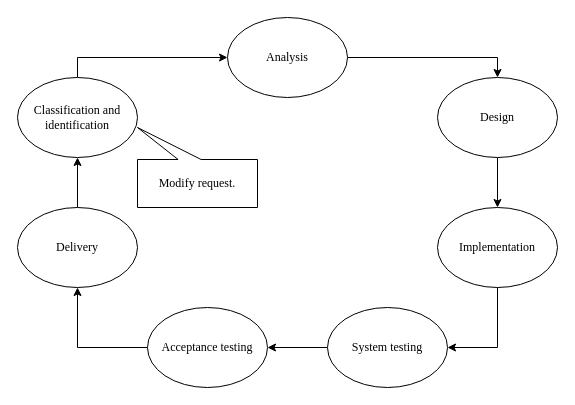
Before: img/Chapter1/IEEE_Model/IEEE_Model.drawio in CorrieScheepers/Masters, a draw.io diagram. Source tidied: cells renumbered, new cells numbered last; positions are measured from the earlier drawing's top-left corner, leaving out a move shared by most shapes. Both pictures are drawn from the tidied source at 100%, with x=0, y=0 at pixel (17, 17).
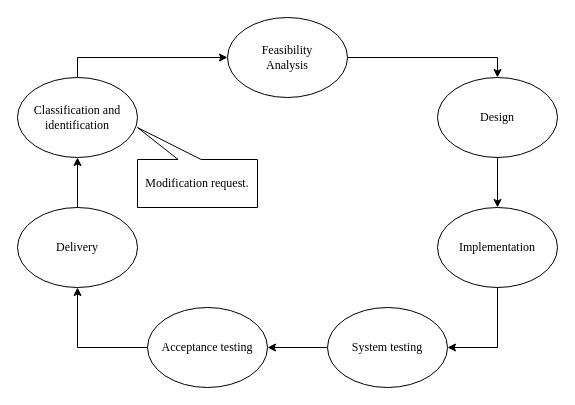
The same page after the edit.

Diff of the diagram source:
```diff
@@
 <mxGraphModel>
   <root>
     <mxCell id="0" />
     <mxCell id="1" parent="0" />
     <mxCell id="2" style="edgeStyle=orthogonalEdgeStyle;jettySize=auto;html=1;exitX=1;exitY=0.5;exitDx=0;exitDy=0;entryX=0.5;entryY=0;entryDx=0;entryDy=0;rounded=0;startArrow=none;startFill=0;fontFamily=Times New Roman;" parent="1" edge="1" source="3" target="11">
       <mxGeometry relative="1" as="geometry" />
     </mxCell>
-    <mxCell id="3" value="Analysis" style="ellipse;whiteSpace=wrap;html=1;fontFamily=Times New Roman;" parent="1" vertex="1">
+    <mxCell id="3" value="Feasibility&lt;br&gt;Analysis" style="ellipse;whiteSpace=wrap;html=1;fontFamily=Times New Roman;" parent="1" vertex="1">
       <mxGeometry x="210" width="120" height="80" as="geometry" />
     </mxCell>
     <mxCell id="4" style="edgeStyle=orthogonalEdgeStyle;rounded=0;jettySize=auto;html=1;exitX=0;exitY=0.5;exitDx=0;exitDy=0;entryX=0.5;entryY=1;entryDx=0;entryDy=0;startArrow=none;startFill=0;fontFamily=Times New Roman;" parent="1" edge="1" source="5" target="13">
       <mxGeometry relative="1" as="geometry" />
     </mxCell>
     <mxCell id="5" value="Acceptance testing" style="ellipse;whiteSpace=wrap;html=1;fontFamily=Times New Roman;" parent="1" vertex="1">
       <mxGeometry x="130" y="290" width="120" height="80" as="geometry" />
     </mxCell>
     <mxCell id="6" style="edgeStyle=orthogonalEdgeStyle;rounded=0;jettySize=auto;html=1;exitX=0;exitY=0.5;exitDx=0;exitDy=0;entryX=1;entryY=0.5;entryDx=0;entryDy=0;startArrow=none;startFill=0;fontFamily=Times New Roman;" parent="1" edge="1" source="7" target="5">
       <mxGeometry relative="1" as="geometry" />
     </mxCell>
     <mxCell id="7" value="System testing" style="ellipse;whiteSpace=wrap;html=1;fontFamily=Times New Roman;" parent="1" vertex="1">
       <mxGeometry x="310" y="290" width="120" height="80" as="geometry" />
     </mxCell>
     <mxCell id="8" style="edgeStyle=orthogonalEdgeStyle;rounded=0;jettySize=auto;html=1;exitX=0.5;exitY=1;exitDx=0;exitDy=0;entryX=1;entryY=0.5;entryDx=0;entryDy=0;startArrow=none;startFill=0;fontFamily=Times New Roman;" parent="1" edge="1" source="9" target="7">
       <mxGeometry relative="1" as="geometry" />
     </mxCell>
     <mxCell id="9" value="Implementation" style="ellipse;whiteSpace=wrap;html=1;fontFamily=Times New Roman;" parent="1" vertex="1">
       <mxGeometry x="420" y="190" width="120" height="80" as="geometry" />
     </mxCell>
     <mxCell id="10" style="edgeStyle=orthogonalEdgeStyle;rounded=0;jettySize=auto;html=1;exitX=0.5;exitY=1;exitDx=0;exitDy=0;entryX=0.5;entryY=0;entryDx=0;entryDy=0;startArrow=none;startFill=0;fontFamily=Times New Roman;" parent="1" edge="1" source="11" target="9">
       <mxGeometry relative="1" as="geometry" />
     </mxCell>
     <mxCell id="11" value="Design" style="ellipse;whiteSpace=wrap;html=1;fontFamily=Times New Roman;" parent="1" vertex="1">
       <mxGeometry x="420" y="60" width="120" height="80" as="geometry" />
     </mxCell>
     <mxCell id="12" style="edgeStyle=orthogonalEdgeStyle;rounded=0;jettySize=auto;html=1;exitX=0.5;exitY=0;exitDx=0;exitDy=0;startArrow=none;startFill=0;fontFamily=Times New Roman;" parent="1" edge="1" source="13" target="15">
       <mxGeometry relative="1" as="geometry" />
     </mxCell>
     <mxCell id="13" value="Delivery" style="ellipse;whiteSpace=wrap;html=1;fontFamily=Times New Roman;" parent="1" vertex="1">
       <mxGeometry y="190" width="120" height="80" as="geometry" />
     </mxCell>
     <mxCell id="14" style="edgeStyle=orthogonalEdgeStyle;rounded=0;jettySize=auto;html=1;exitX=0.5;exitY=0;exitDx=0;exitDy=0;entryX=0;entryY=0.5;entryDx=0;entryDy=0;startArrow=none;startFill=0;fontFamily=Times New Roman;" parent="1" edge="1" source="15" target="3">
       <mxGeometry relative="1" as="geometry" />
     </mxCell>
     <mxCell id="15" value="Classification and identification" style="ellipse;whiteSpace=wrap;html=1;fontFamily=Times New Roman;" parent="1" vertex="1">
       <mxGeometry y="60" width="120" height="80" as="geometry" />
     </mxCell>
-    <mxCell id="16" value="Modify request." style="shape=callout;whiteSpace=wrap;html=1;perimeter=calloutPerimeter;position2=1;size=32;position=0.47;base=23;direction=west;fontFamily=Times New Roman;" parent="1" vertex="1">
+    <mxCell id="16" value="Modification request." style="shape=callout;whiteSpace=wrap;html=1;perimeter=calloutPerimeter;position2=1;size=32;position=0.47;base=23;direction=west;fontFamily=Times New Roman;" parent="1" vertex="1">
       <mxGeometry x="120" y="110" width="120" height="80" as="geometry" />
     </mxCell>
   </root>
 </mxGraphModel>
```
